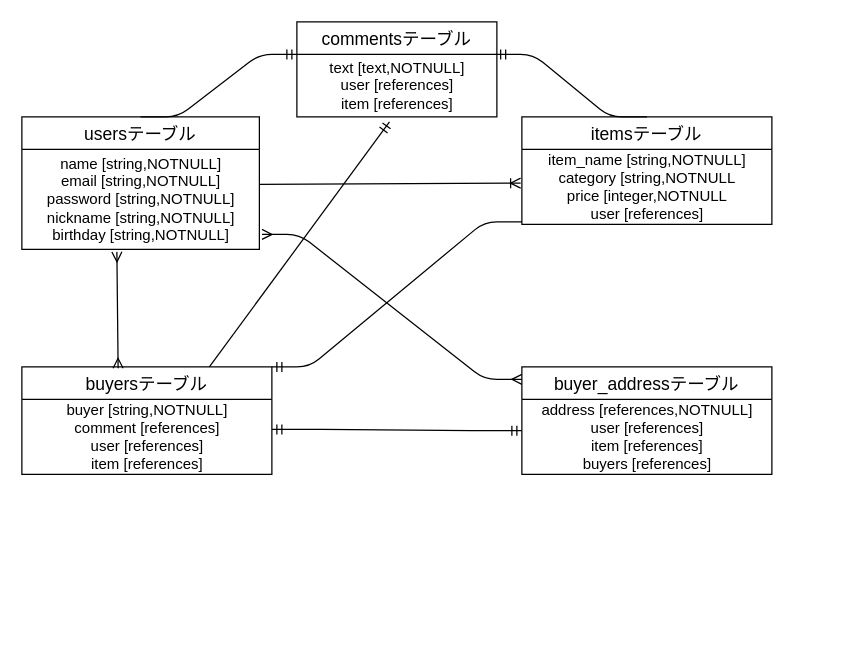
AtsuyaMoritani/furima-35562 keeps this draw.io diagram as config/furima.dio. Above is the earlier version. Source tidied: cells renumbered, new cells numbered last; positions are measured from the earlier drawing's top-left corner, leaving out a move shared by most shapes. Both pictures are drawn from the tidied source at 125%, with x=0, y=0 at pixel (21, 21).
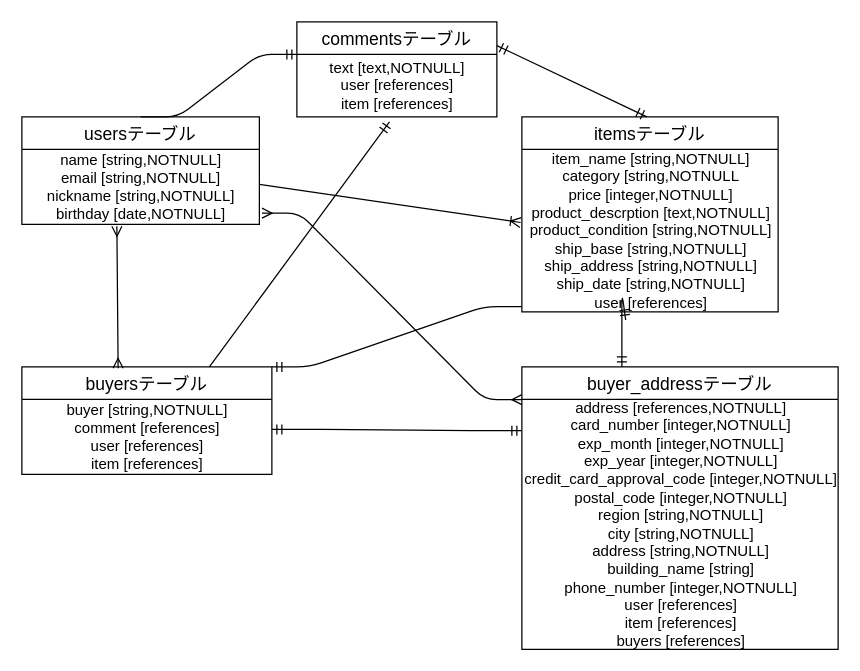
After the change.

Unchanged cells that the change refers to:
```xml
<mxCell id="16" value="commentsテーブル" style="swimlane;fontStyle=0;horizontal=1;startSize=26;align=center;fontSize=14;" parent="1" vertex="1">
  <mxGeometry x="220" width="160" height="76" as="geometry" />
</mxCell>
<mxCell id="17" value="text [text,NOTNULL]&lt;br&gt;user [references]&lt;br&gt;item [references]" style="text;html=1;align=center;verticalAlign=middle;points=[];" parent="16" vertex="1">
  <mxGeometry y="26" width="160" height="50" as="geometry" />
</mxCell>
```

Change to the diagram source:
```diff
@@
     <mxCell id="2" value="usersテーブル" style="swimlane;fontStyle=0;horizontal=1;startSize=26;align=center;fontSize=14;" parent="1" vertex="1">
-      <mxGeometry y="76" width="190" height="106" as="geometry" />
+      <mxGeometry y="76" width="190" height="86" as="geometry" />
     </mxCell>
@@
-    <mxCell id="4" value="name [string,NOTNULL]&lt;br&gt;email [string,NOTNULL]&lt;br&gt;password [string,NOTNULL]&lt;br&gt;nickname [string,NOTNULL]&lt;br&gt;birthday [string,NOTNULL]&lt;br&gt;" style="text;html=1;align=center;verticalAlign=middle;points=[];" parent="2" vertex="1">
-      <mxGeometry y="26" width="190" height="80" as="geometry" />
+    <mxCell id="4" value="name [string,NOTNULL]&lt;br&gt;email [string,NOTNULL]&lt;br&gt;nickname [string,NOTNULL]&lt;br&gt;birthday [date,NOTNULL]" style="text;html=1;align=center;verticalAlign=middle;points=[];" parent="2" vertex="1">
+      <mxGeometry y="26" width="190" height="60" as="geometry" />
     </mxCell>
     <mxCell id="5" value="itemsテーブル" style="swimlane;fontStyle=0;horizontal=1;startSize=26;align=center;fontSize=14;" parent="1" vertex="1">
-      <mxGeometry x="400" y="76" width="200" height="86" as="geometry" />
+      <mxGeometry x="400" y="76" width="205" height="156" as="geometry" />
     </mxCell>
-    <mxCell id="6" value="item_name [string,NOTNULL]&lt;br&gt;category [string,NOTNULL&lt;br&gt;price [integer,NOTNULL&lt;br&gt;user [references]&lt;br&gt;" style="text;html=1;align=center;verticalAlign=middle;points=[];" parent="5" vertex="1">
-      <mxGeometry y="26" width="200" height="60" as="geometry" />
+    <mxCell id="6" value="item_name [string,NOTNULL]&lt;br&gt;category [string,NOTNULL&lt;br&gt;price [integer,NOTNULL]&lt;br&gt;product_descrption [text,NOTNULL]&lt;br&gt;product_condition [string,NOTNULL]&lt;br&gt;ship_base [string,NOTNULL]&lt;br&gt;ship_address [string,NOTNULL]&lt;br&gt;ship_date [string,NOTNULL]&lt;br&gt;user [references]" style="text;html=1;align=center;verticalAlign=middle;points=[];" parent="5" vertex="1">
+      <mxGeometry y="26" width="205" height="130" as="geometry" />
     </mxCell>
@@
     <mxCell id="10" value="buyer_addressテーブル" style="swimlane;fontStyle=0;horizontal=1;startSize=26;align=center;fontSize=14;" parent="1" vertex="1">
-      <mxGeometry x="400" y="276" width="200" height="86" as="geometry" />
+      <mxGeometry x="400" y="276" width="253" height="226" as="geometry" />
     </mxCell>
-    <mxCell id="11" value="address [references,NOTNULL]&lt;br&gt;user [references]&lt;br&gt;item [references]&lt;br&gt;buyers [references]" style="text;html=1;align=center;verticalAlign=middle;" parent="10" vertex="1">
-      <mxGeometry y="26" width="200" height="60" as="geometry" />
+    <mxCell id="11" value="address [references,NOTNULL]&lt;br&gt;card_number [integer,NOTNULL]&lt;br&gt;exp_month [integer,NOTNULL]&lt;br&gt;exp_year [integer,NOTNULL]&lt;br&gt;credit_card_approval_code [integer,NOTNULL]&lt;br&gt;postal_code [integer,NOTNULL]&lt;br&gt;region [string,NOTNULL]&lt;br&gt;city [string,NOTNULL]&lt;br&gt;address [string,NOTNULL]&lt;br&gt;building_name [string]&lt;br&gt;phone_number [integer,NOTNULL]&lt;br&gt;user [references]&lt;br&gt;item [references]&lt;br&gt;buyers [references]" style="text;html=1;align=center;verticalAlign=middle;" parent="10" vertex="1">
+      <mxGeometry y="26" width="253" height="200" as="geometry" />
     </mxCell>
@@
-    <mxCell id="18" style="edgeStyle=entityRelationEdgeStyle;fontSize=12;html=1;endArrow=ERmandOne;entryX=0.994;entryY=0;entryDx=0;entryDy=0;exitX=0.5;exitY=0;exitDx=0;exitDy=0;entryPerimeter=0;" parent="1" edge="1" source="5" target="17">
-      <mxGeometry relative="1" as="geometry" />
-    </mxCell>
@@
+    <mxCell id="20" style="fontSize=12;html=1;endArrow=ERmandOne;startArrow=ERmandOne;entryX=1;entryY=0.25;entryDx=0;entryDy=0;" parent="1" edge="1" target="16">
+      <mxGeometry relative="1" as="geometry">
+        <mxPoint x="500" y="76" as="sourcePoint" />
+      </mxGeometry>
+    </mxCell>
+    <mxCell id="21" style="fontSize=12;html=1;endArrow=ERmandOne;startArrow=ERmandOne;entryX=0.405;entryY=1.05;entryDx=0;entryDy=0;entryPerimeter=0;" parent="1" edge="1" target="6">
+      <mxGeometry relative="1" as="geometry">
+        <mxPoint x="480" y="276" as="sourcePoint" />
+        <Array as="points">
+          <mxPoint x="480" y="216" />
+        </Array>
+      </mxGeometry>
+    </mxCell>
```
